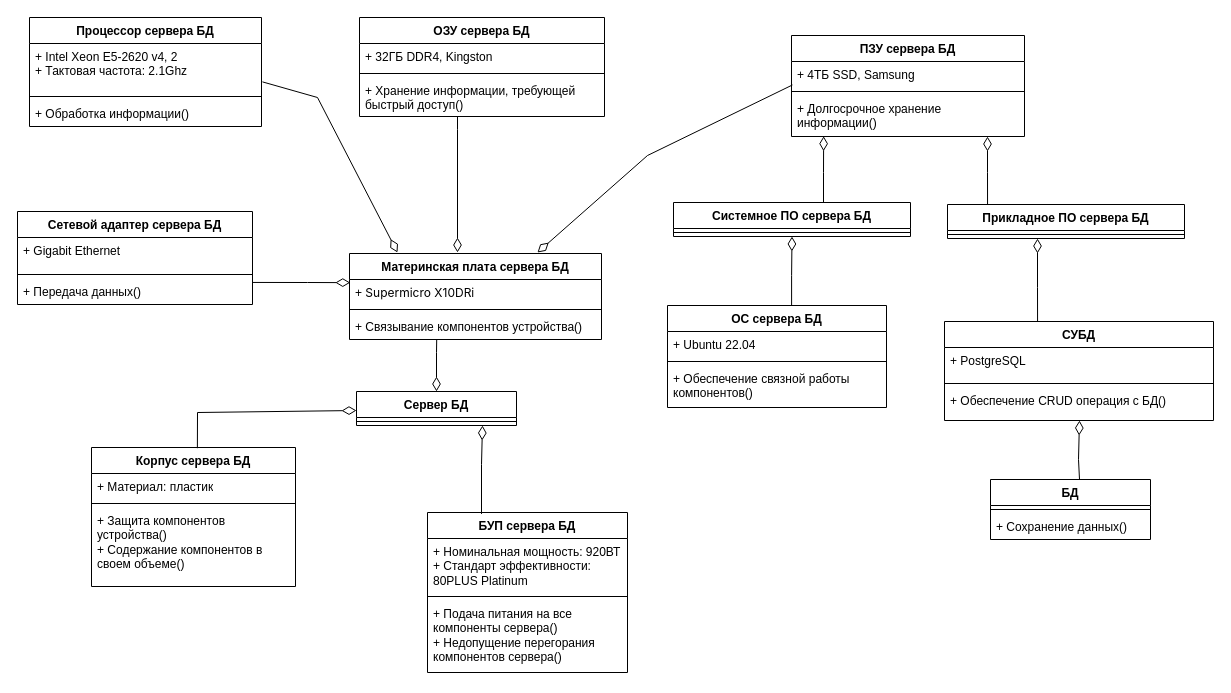
Before: Определение проекта АИС "Сервер БД".drawio in hiff0/db-city-council, a draw.io diagram. Source tidied: cells renumbered, new cells numbered last; positions are measured from the earlier drawing's top-left corner, leaving out a move shared by most shapes. Both pictures are drawn from the tidied source at 100%, with x=0, y=0 at pixel (17, 17).
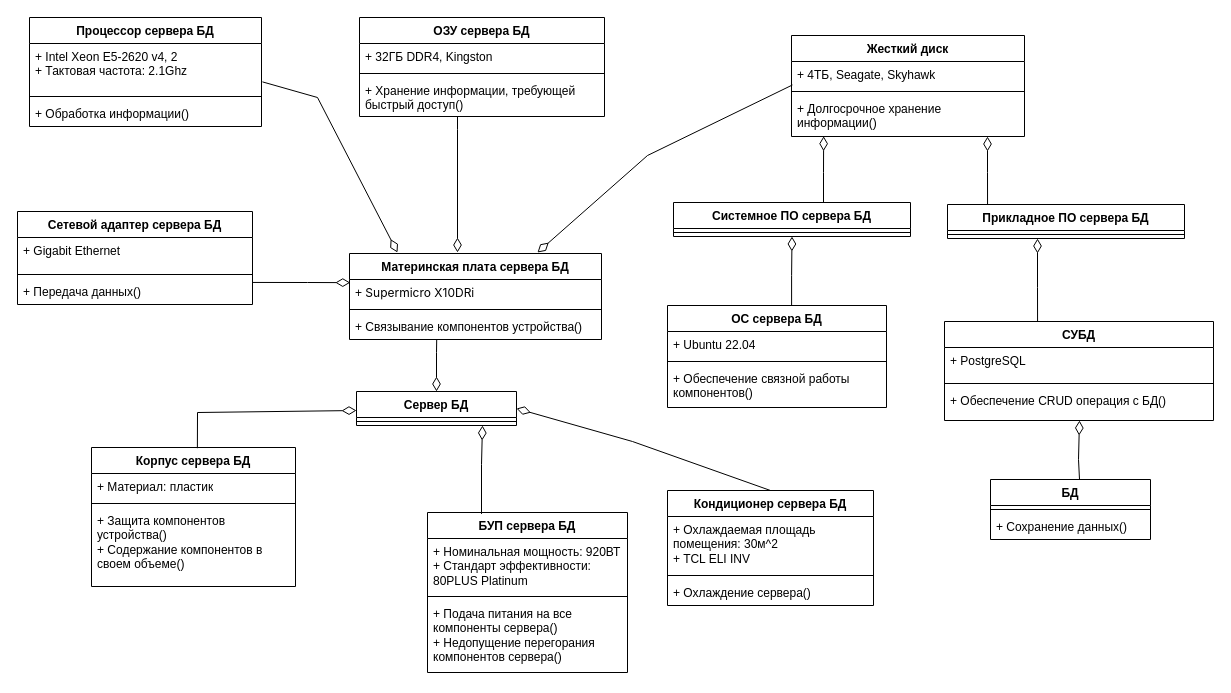
The same diagram, later.

Unchanged cells that the change refers to:
```xml
<mxCell id="2" value="Сервер БД" style="swimlane;fontStyle=1;align=center;verticalAlign=top;horizontal=1;startSize=26;whiteSpace=wrap;html=1;" parent="1" vertex="1">
  <mxGeometry x="339" y="374" width="160" height="34" as="geometry" />
</mxCell>
```

What changed in the source:
```diff
@@
-    <mxCell id="20" value="ПЗУ сервера БД" style="swimlane;fontStyle=1;align=center;verticalAlign=top;horizontal=1;startSize=26;whiteSpace=wrap;html=1;" parent="1" vertex="1">
+    <mxCell id="20" value="Жесткий диск" style="swimlane;fontStyle=1;align=center;verticalAlign=top;horizontal=1;startSize=26;whiteSpace=wrap;html=1;" parent="1" vertex="1">
       <mxGeometry x="774" y="18" width="233" height="101" as="geometry" />
     </mxCell>
-    <mxCell id="21" value="+ 4ТБ SSD, Samsung" style="text;strokeColor=none;fillColor=none;align=left;verticalAlign=top;spacingLeft=4;spacingRight=4;overflow=hidden;points=[[0,0.5],[1,0.5]];portConstraint=eastwest;whiteSpace=wrap;html=1;" parent="20" vertex="1">
+    <mxCell id="21" value="+ 4ТБ, Seagate, Skyhawk" style="text;strokeColor=none;fillColor=none;align=left;verticalAlign=top;spacingLeft=4;spacingRight=4;overflow=hidden;points=[[0,0.5],[1,0.5]];portConstraint=eastwest;whiteSpace=wrap;html=1;" parent="20" vertex="1">
       <mxGeometry y="26" width="233" height="26" as="geometry" />
     </mxCell>
@@
+    <mxCell id="59" value="Кондиционер сервера БД" style="swimlane;fontStyle=1;align=center;verticalAlign=top;horizontal=1;startSize=26;whiteSpace=wrap;html=1;" parent="1" vertex="1">
+      <mxGeometry x="650" y="473" width="206" height="115" as="geometry" />
+    </mxCell>
+    <mxCell id="60" value="+ Охлаждаемая площадь помещения: 30м^2&lt;div&gt;+ TCL ELI INV&lt;/div&gt;" style="text;strokeColor=none;fillColor=none;align=left;verticalAlign=top;spacingLeft=4;spacingRight=4;overflow=hidden;whiteSpace=wrap;html=1;" parent="59" vertex="1">
+      <mxGeometry y="26" width="206" height="55" as="geometry" />
+    </mxCell>
+    <mxCell id="61" style="line;strokeWidth=1;fillColor=none;align=left;verticalAlign=middle;spacingTop=-1;spacingLeft=3;spacingRight=3;labelPosition=right;strokeColor=inherit;" parent="59" vertex="1">
+      <mxGeometry y="81" width="206" height="8" as="geometry" />
+    </mxCell>
+    <mxCell id="62" value="+ Охлаждение сервера()" style="text;strokeColor=none;fillColor=none;align=left;verticalAlign=top;spacingLeft=4;spacingRight=4;overflow=hidden;whiteSpace=wrap;html=1;" parent="59" vertex="1">
+      <mxGeometry y="89" width="206" height="26" as="geometry" />
+    </mxCell>
+    <mxCell id="63" style="endArrow=diamondThin;endFill=0;endSize=12;html=1;rounded=0;entryX=1;entryY=0.5;entryDx=0;entryDy=0;exitX=0.5;exitY=0;exitDx=0;exitDy=0;" parent="1" edge="1" source="59" target="2">
+      <mxGeometry relative="1" as="geometry">
+        <Array as="points">
+          <mxPoint x="615" y="424" />
+        </Array>
+      </mxGeometry>
+    </mxCell>
```
